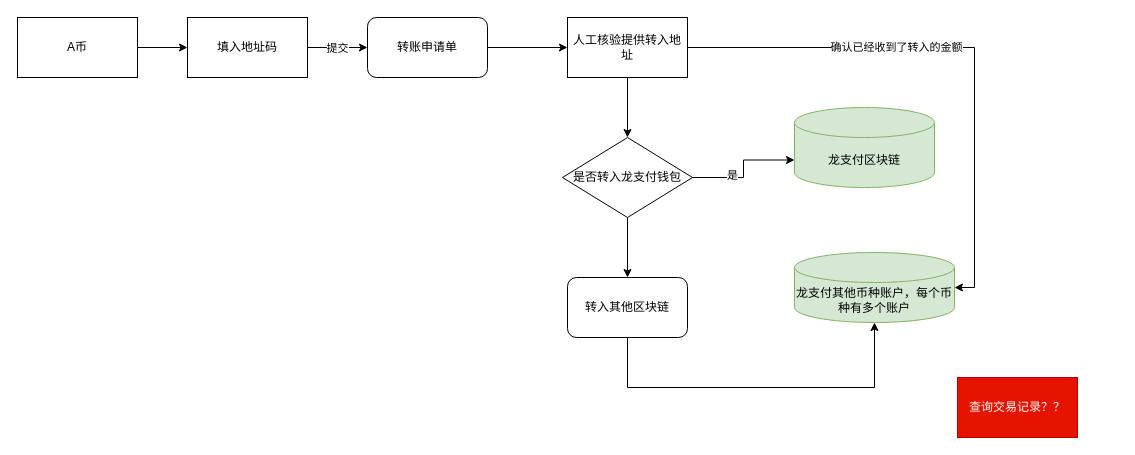
This is 多币种.drawio from dovezat/drawio, a draw.io file, before an edit. Source tidied: cells renumbered, new cells numbered last; positions are measured from the earlier drawing's top-left corner, leaving out a move shared by most shapes. Both pictures are drawn from the tidied source at 100%, with x=0, y=0 at pixel (17, 17).
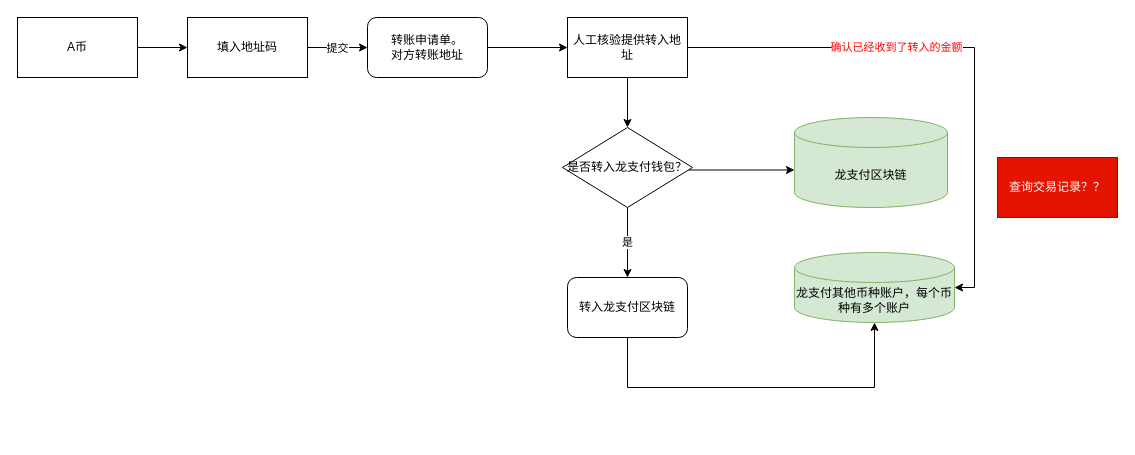
The same page after the edit.

The change refers to these unchanged cells:
```xml
<mxCell id="13" style="edgeStyle=orthogonalEdgeStyle;rounded=0;jettySize=auto;html=1;entryX=1;entryY=0.5;entryDx=0;entryDy=0;entryPerimeter=0;" parent="1" edge="1" source="15" target="10">
  <mxGeometry relative="1" as="geometry" />
</mxCell>
```

Change to the diagram source:
```diff
@@
     <mxCell id="7" value="龙支付区块链" style="shape=cylinder3;whiteSpace=wrap;html=1;boundedLbl=1;backgroundOutline=1;size=15;fillColor=#d5e8d4;strokeColor=#82b366;" parent="1" vertex="1">
-      <mxGeometry x="777" y="90" width="140" height="80" as="geometry" />
+      <mxGeometry x="777" y="100" width="153" height="90" as="geometry" />
     </mxCell>
@@
-    <mxCell id="9" value="转账申请单" style="rounded=1;whiteSpace=wrap;html=1;" parent="1" vertex="1">
+    <mxCell id="9" value="转账申请单。&lt;br&gt;对方转账地址" style="rounded=1;whiteSpace=wrap;html=1;" parent="1" vertex="1">
       <mxGeometry x="350" width="120" height="60" as="geometry" />
     </mxCell>
@@
-    <mxCell id="14" value="确认已经收到了转入的金额" style="edgeLabel;html=1;align=center;verticalAlign=middle;" parent="13" vertex="1">
+    <mxCell id="14" value="确认已经收到了转入的金额" style="edgeLabel;html=1;align=center;verticalAlign=middle;fontColor=#FF0000;" parent="13" vertex="1">
       <mxGeometry x="-0.24" y="1" relative="1" as="geometry" />
     </mxCell>
@@
     <mxCell id="16" value="查询交易记录？？" style="rounded=0;whiteSpace=wrap;html=1;fillColor=#e51400;strokeColor=#B20000;fontColor=#ffffff;" parent="1" vertex="1">
-      <mxGeometry x="940" y="360" width="120" height="60" as="geometry" />
+      <mxGeometry x="980" y="140" width="120" height="60" as="geometry" />
     </mxCell>
     <mxCell id="17" style="edgeStyle=orthogonalEdgeStyle;rounded=0;jettySize=auto;html=1;entryX=0;entryY=0;entryDx=0;entryDy=52.5;entryPerimeter=0;" parent="1" edge="1" source="20" target="7">
-      <mxGeometry relative="1" as="geometry" />
+      <mxGeometry relative="1" as="geometry">
+        <Array as="points">
+          <mxPoint x="726" y="153" />
+        </Array>
+      </mxGeometry>
     </mxCell>
-    <mxCell id="18" value="是&lt;br&gt;" style="edgeLabel;html=1;align=center;verticalAlign=middle;" parent="17" vertex="1">
-      <mxGeometry x="-0.34" y="3" relative="1" as="geometry" />
+    <mxCell id="18" value="是" style="edgeStyle=orthogonalEdgeStyle;rounded=0;jettySize=auto;html=1;" parent="1" edge="1" source="20" target="21">
+      <mxGeometry relative="1" as="geometry" />
     </mxCell>
-    <mxCell id="19" style="edgeStyle=orthogonalEdgeStyle;rounded=0;jettySize=auto;html=1;" parent="1" edge="1" source="20" target="21">
-      <mxGeometry relative="1" as="geometry" />
-    </mxCell>
-    <mxCell id="20" value="是否转入龙支付钱包" style="rhombus;whiteSpace=wrap;html=1;" parent="1" vertex="1">
-      <mxGeometry x="545" y="120" width="130" height="80" as="geometry" />
+    <mxCell id="20" value="是否转入龙支付钱包？" style="rhombus;whiteSpace=wrap;html=1;" parent="1" vertex="1">
+      <mxGeometry x="545" y="110" width="130" height="80" as="geometry" />
     </mxCell>
-    <mxCell id="21" value="转入其他区块链" style="rounded=1;whiteSpace=wrap;html=1;" parent="1" vertex="1">
+    <mxCell id="21" value="转入龙支付区块链" style="rounded=1;whiteSpace=wrap;html=1;" parent="1" vertex="1">
       <mxGeometry x="550" y="260" width="120" height="60" as="geometry" />
     </mxCell>
```
